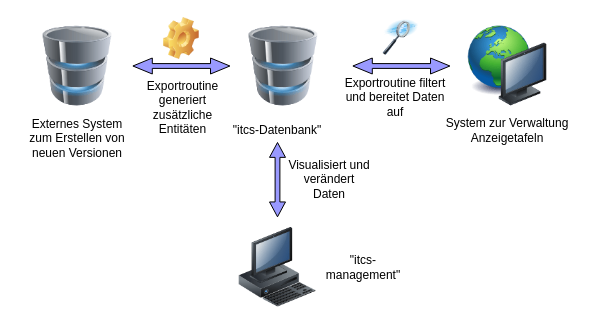
GernotHofbauer/HagenbergThesis keeps this draw.io diagram as documents/HgbInternshipReport/drawio/test.drawio. Above is the earlier version. Source tidied: cells renumbered, new cells numbered last; positions are measured from the earlier drawing's top-left corner, leaving out a move shared by most shapes. Both pictures are drawn from the tidied source at 100%, with x=0, y=0 at pixel (17, 17).
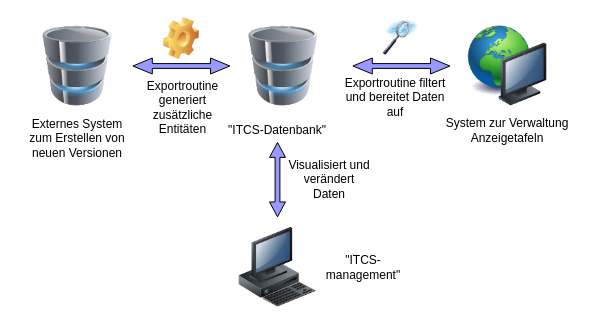
Above is the later version.

The edit, as a diff of the source:
```diff
@@
 <mxGraphModel>
   <root>
     <mxCell id="0" />
     <mxCell id="1" parent="0" />
     <mxCell id="2" value="Externes System&lt;div&gt;zum Erstellen von neuen Versionen&lt;/div&gt;" style="text;html=1;align=center;verticalAlign=middle;whiteSpace=wrap;rounded=0;" parent="1" vertex="1">
       <mxGeometry y="90.7" width="120" height="60" as="geometry" />
     </mxCell>
-    <mxCell id="3" value="&quot;itcs-Datenbank&quot;" style="text;html=1;align=center;verticalAlign=middle;whiteSpace=wrap;rounded=0;" parent="1" vertex="1">
+    <mxCell id="3" value="&quot;ITCS-Datenbank&quot;" style="text;html=1;align=center;verticalAlign=middle;whiteSpace=wrap;rounded=0;" parent="1" vertex="1">
       <mxGeometry x="199" y="90.7" width="122" height="45" as="geometry" />
     </mxCell>
     <mxCell id="4" value="System zur Verwaltung Anzeigetafeln" style="text;html=1;align=center;verticalAlign=middle;whiteSpace=wrap;rounded=0;" parent="1" vertex="1">
       <mxGeometry x="424" y="90.7" width="132" height="45" as="geometry" />
     </mxCell>
     <mxCell id="5" style="image;html=1;image=img/lib/clip_art/computers/Database_128x128.png;" parent="1" vertex="1">
       <mxGeometry x="20" y="8.5" width="80" height="80" as="geometry" />
     </mxCell>
     <mxCell id="6" style="image;html=1;image=img/lib/clip_art/computers/Database_128x128.png;" parent="1" vertex="1">
       <mxGeometry x="225.9" y="8.5" width="80" height="80" as="geometry" />
     </mxCell>
     <mxCell id="7" style="image;html=1;image=img/lib/clip_art/computers/Workstation_128x128.png;" parent="1" vertex="1">
       <mxGeometry x="220" y="210" width="80" height="80" as="geometry" />
     </mxCell>
     <mxCell id="8" style="shape=doubleArrow;direction=south;whiteSpace=wrap;html=1;fillColor=#9999FF;" parent="1" vertex="1">
       <mxGeometry x="252" y="125" width="16" height="74.3" as="geometry" />
     </mxCell>
-    <mxCell id="9" value="&quot;itcs-management&quot;" style="text;html=1;align=center;verticalAlign=middle;whiteSpace=wrap;rounded=0;" parent="1" vertex="1">
+    <mxCell id="9" value="&quot;ITCS-management&quot;" style="text;html=1;align=center;verticalAlign=middle;whiteSpace=wrap;rounded=0;" parent="1" vertex="1">
       <mxGeometry x="305.9" y="230" width="80" height="40" as="geometry" />
     </mxCell>
     <mxCell id="10" value="Visualisiert und verändert Daten" style="text;html=1;align=center;verticalAlign=middle;whiteSpace=wrap;rounded=0;" parent="1" vertex="1">
       <mxGeometry x="268" y="147.1" width="87.9" height="30" as="geometry" />
     </mxCell>
     <mxCell id="11" style="shape=doubleArrow;direction=south;whiteSpace=wrap;html=1;fillColor=#9999FF;rotation=-90;" parent="1" vertex="1">
       <mxGeometry x="155.9" width="16" height="97" as="geometry" />
     </mxCell>
     <mxCell id="12" style="image;html=1;image=img/lib/clip_art/computers/Data_Filtering_128x128.png;" parent="1" vertex="1">
       <mxGeometry x="365.9" width="36" height="40" as="geometry" />
     </mxCell>
     <mxCell id="13" style="shape=doubleArrow;direction=south;whiteSpace=wrap;html=1;fillColor=#9999FF;rotation=-90;" parent="1" vertex="1">
       <mxGeometry x="375.9" width="16" height="97" as="geometry" />
     </mxCell>
     <mxCell id="14" value="Exportroutine filtert und bereitet Daten auf" style="text;html=1;align=center;verticalAlign=middle;whiteSpace=wrap;rounded=0;" parent="1" vertex="1">
       <mxGeometry x="325" y="60" width="106.1" height="40" as="geometry" />
     </mxCell>
     <mxCell id="15" style="image;html=1;image=img/lib/clip_art/computers/Network_128x128.png;" parent="1" vertex="1">
       <mxGeometry x="450" y="8.5" width="80" height="80" as="geometry" />
     </mxCell>
     <mxCell id="16" value="Exportroutine&lt;div&gt;generiert zusätzliche Entitäten&lt;/div&gt;" style="text;html=1;align=center;verticalAlign=middle;whiteSpace=wrap;rounded=0;" parent="1" vertex="1">
       <mxGeometry x="110.8" y="70" width="109.2" height="40" as="geometry" />
     </mxCell>
     <mxCell id="17" style="shape=image;html=1;verticalLabelPosition=bottom;verticalAlign=top;imageAspect=1;image=img/clipart/Gear_128x128.png;" parent="1" vertex="1">
       <mxGeometry x="146" width="35.8" height="42" as="geometry" />
     </mxCell>
   </root>
 </mxGraphModel>
```
